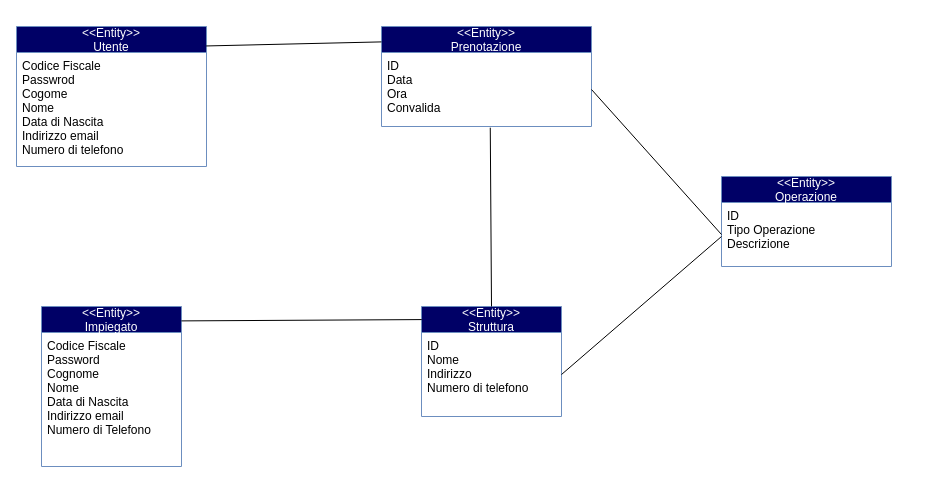
Above: Documenti/RAD/Entità di dominio/Entità di Dominio.drawio in Givaa/MedQueue (draw.io), before the change. Source tidied: cells renumbered, new cells numbered last; positions are measured from the earlier drawing's top-left corner, leaving out a move shared by most shapes. Both pictures are drawn from the tidied source at 100%, with x=0, y=0 at pixel (16, 26).
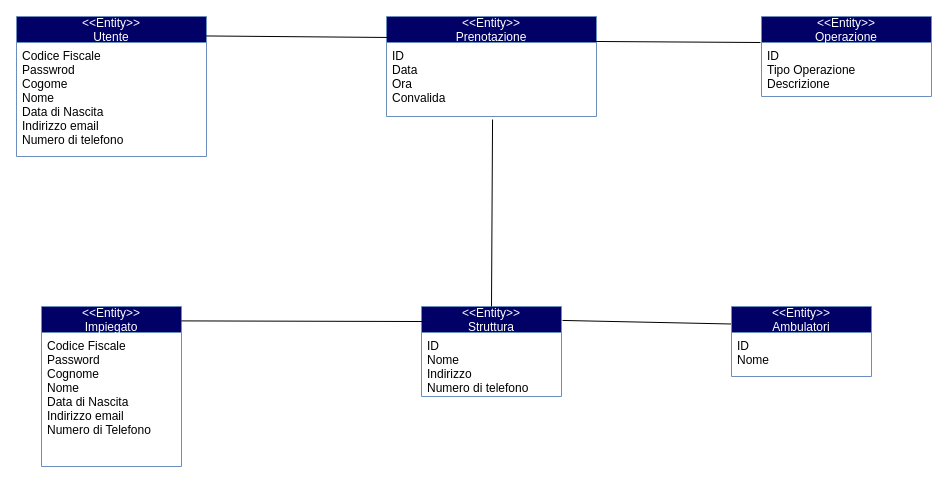
The same page after the edit.

The edit, as a diff of the source:
```diff
@@
 <mxGraphModel>
   <root>
     <mxCell id="0" />
     <mxCell id="1" parent="0" />
     <mxCell id="2" value="&lt;&lt;Entity&gt;&gt;&#10;Utente" style="swimlane;fontStyle=0;horizontal=1;startSize=26;strokeColor=#6c8ebf;fontColor=#FFFFFF;fillColor=#000066;" parent="1" vertex="1">
-      <mxGeometry width="190" height="140" as="geometry" />
+      <mxGeometry y="-10" width="190" height="140" as="geometry" />
     </mxCell>
     <mxCell id="3" value="Codice Fiscale&#10;Passwrod&#10;Cogome&#10;Nome&#10;Data di Nascita&#10;Indirizzo email&#10;Numero di telefono" style="text;strokeColor=none;fillColor=none;align=left;verticalAlign=top;spacingLeft=4;spacingRight=4;overflow=hidden;" parent="2" vertex="1">
       <mxGeometry y="26" width="190" height="114" as="geometry" />
     </mxCell>
     <mxCell id="4" value="&lt;&lt;Entity&gt;&gt;&#10;Prenotazione" style="swimlane;fontStyle=0;horizontal=1;startSize=26;strokeColor=#6c8ebf;fontColor=#FFFFFF;fillColor=#000066;" parent="1" vertex="1">
-      <mxGeometry x="365" width="210" height="100" as="geometry" />
+      <mxGeometry x="370" y="-10" width="210" height="100" as="geometry" />
     </mxCell>
     <mxCell id="5" value="ID&#10;Data &#10;Ora&#10;Convalida&#10;" style="text;strokeColor=none;fillColor=none;align=left;verticalAlign=top;spacingLeft=4;spacingRight=4;overflow=hidden;points=[[0,0.5],[1,0.5]];portConstraint=eastwest;" parent="4" vertex="1">
       <mxGeometry y="26" width="210" height="74" as="geometry" />
     </mxCell>
     <mxCell id="6" value="&lt;&lt;Entity&gt;&gt;&#10;Impiegato" style="swimlane;fontStyle=0;horizontal=1;startSize=26;strokeColor=#6c8ebf;fontColor=#FFFFFF;fillColor=#000066;" parent="1" vertex="1">
       <mxGeometry x="25" y="280" width="140" height="160" as="geometry" />
     </mxCell>
-    <mxCell id="7" value="Codice Fiscale&#10;Password&#10;Cognome&#10;Nome&#10;Data di Nascita&#10;Indirizzo email&#10;Numero di Telefono&#10;" style="text;strokeColor=none;fillColor=none;align=left;verticalAlign=top;spacingLeft=4;spacingRight=4;overflow=hidden;" parent="6" vertex="1">
+    <mxCell id="7" value="Codice Fiscale&#10;Password&#10;Cognome&#10;Nome&#10;Data di Nascita&#10;Indirizzo email&#10;Numero di Telefono" style="text;strokeColor=none;fillColor=none;align=left;verticalAlign=top;spacingLeft=4;spacingRight=4;overflow=hidden;" parent="6" vertex="1">
       <mxGeometry y="26" width="140" height="134" as="geometry" />
     </mxCell>
     <mxCell id="8" value="&lt;&lt;Entity&gt;&gt;&#10;Struttura" style="swimlane;fontStyle=0;horizontal=1;startSize=26;strokeColor=#6c8ebf;fontColor=#FFFFFF;fillColor=#000066;" parent="1" vertex="1">
-      <mxGeometry x="405" y="280" width="140" height="110" as="geometry" />
+      <mxGeometry x="405" y="280" width="140" height="90" as="geometry" />
     </mxCell>
     <mxCell id="9" value="ID&#10;Nome&#10;Indirizzo&#10;Numero di telefono" style="text;align=left;verticalAlign=top;spacingLeft=4;spacingRight=4;overflow=hidden;points=[[0,0.5],[1,0.5]];portConstraint=eastwest;" parent="8" vertex="1">
-      <mxGeometry y="26" width="140" height="84" as="geometry" />
+      <mxGeometry y="26" width="140" height="64" as="geometry" />
     </mxCell>
-    <mxCell id="10" style="endArrow=none;html=1;entryX=0.518;entryY=1.016;entryDx=0;entryDy=0;entryPerimeter=0;exitX=0.5;exitY=0;exitDx=0;exitDy=0;" parent="1" edge="1" source="8" target="5">
+    <mxCell id="10" style="endArrow=none;html=1;entryX=0.505;entryY=1.041;entryDx=0;entryDy=0;entryPerimeter=0;exitX=0.5;exitY=0;exitDx=0;exitDy=0;" parent="1" edge="1" source="8" target="5">
       <mxGeometry relative="1" as="geometry" />
     </mxCell>
-    <mxCell id="11" style="endArrow=none;html=1;entryX=0.002;entryY=0.119;entryDx=0;entryDy=0;entryPerimeter=0;exitX=0.999;exitY=0.09;exitDx=0;exitDy=0;exitPerimeter=0;" parent="1" edge="1" source="6" target="8">
+    <mxCell id="11" style="endArrow=none;html=1;exitX=0.999;exitY=0.09;exitDx=0;exitDy=0;exitPerimeter=0;entryX=0.014;entryY=0.167;entryDx=0;entryDy=0;entryPerimeter=0;" parent="1" edge="1" source="6" target="8">
       <mxGeometry relative="1" as="geometry" />
     </mxCell>
     <mxCell id="12" value="&lt;&lt;Entity&gt;&gt;&#10;Operazione" style="swimlane;fontStyle=0;horizontal=1;startSize=26;strokeColor=#6c8ebf;fillColor=#000066;fontColor=#FFFFFF;" parent="1" vertex="1">
-      <mxGeometry x="705" y="150" width="170" height="90" as="geometry" />
+      <mxGeometry x="745" y="-10" width="170" height="80" as="geometry" />
     </mxCell>
     <mxCell id="13" value="ID&#10;Tipo Operazione&#10;Descrizione" style="text;strokeColor=none;fillColor=none;align=left;verticalAlign=top;spacingLeft=4;spacingRight=4;overflow=hidden;points=[[0,0.5],[1,0.5]];portConstraint=eastwest;" parent="12" vertex="1">
-      <mxGeometry y="26" width="170" height="64" as="geometry" />
+      <mxGeometry y="26" width="170" height="54" as="geometry" />
     </mxCell>
-    <mxCell id="14" style="endArrow=none;html=1;fontColor=#FFFFFF;entryX=0;entryY=0.5;entryDx=0;entryDy=0;exitX=1;exitY=0.5;exitDx=0;exitDy=0;" parent="1" edge="1" source="5" target="13">
+    <mxCell id="14" style="endArrow=none;html=1;fontColor=#FFFFFF;exitX=0.981;exitY=-0.014;exitDx=0;exitDy=0;exitPerimeter=0;entryX=-0.006;entryY=0;entryDx=0;entryDy=0;entryPerimeter=0;" parent="1" edge="1" source="5" target="13">
       <mxGeometry relative="1" as="geometry" />
     </mxCell>
-    <mxCell id="15" style="endArrow=none;html=1;fontColor=#FFFFFF;exitX=1;exitY=0.5;exitDx=0;exitDy=0;" parent="1" edge="1" source="9">
-      <mxGeometry relative="1" as="geometry">
-        <mxPoint x="705" y="210" as="targetPoint" />
-      </mxGeometry>
+    <mxCell id="15" style="endArrow=none;html=1;fontColor=#FFFFFF;exitX=1.007;exitY=0.155;exitDx=0;exitDy=0;exitPerimeter=0;entryX=0;entryY=0.25;entryDx=0;entryDy=0;" parent="1" edge="1" source="8" target="17">
+      <mxGeometry relative="1" as="geometry" />
     </mxCell>
-    <mxCell id="16" style="endArrow=none;html=1;fontColor=#FFFFFF;exitX=0.998;exitY=0.139;exitDx=0;exitDy=0;exitPerimeter=0;entryX=0;entryY=0.154;entryDx=0;entryDy=0;entryPerimeter=0;" parent="1" edge="1" source="2" target="4">
-      <mxGeometry relative="1" as="geometry" />
+    <mxCell id="16" style="endArrow=none;html=1;fontColor=#FFFFFF;exitX=0.998;exitY=0.139;exitDx=0;exitDy=0;exitPerimeter=0;" parent="1" edge="1" source="2">
+      <mxGeometry relative="1" as="geometry">
+        <mxPoint x="375" y="11" as="targetPoint" />
+      </mxGeometry>
     </mxCell>
+    <mxCell id="17" value="&lt;&lt;Entity&gt;&gt;&#10;Ambulatori" style="swimlane;fontStyle=0;horizontal=1;startSize=26;strokeColor=#6c8ebf;fontColor=#FFFFFF;fillColor=#000066;" parent="1" vertex="1">
+      <mxGeometry x="715" y="280" width="140" height="70" as="geometry" />
+    </mxCell>
+    <mxCell id="18" value="ID&#10;Nome" style="text;align=left;verticalAlign=top;spacingLeft=4;spacingRight=4;overflow=hidden;" parent="17" vertex="1">
+      <mxGeometry y="26" width="140" height="44" as="geometry" />
+    </mxCell>
   </root>
 </mxGraphModel>
```
